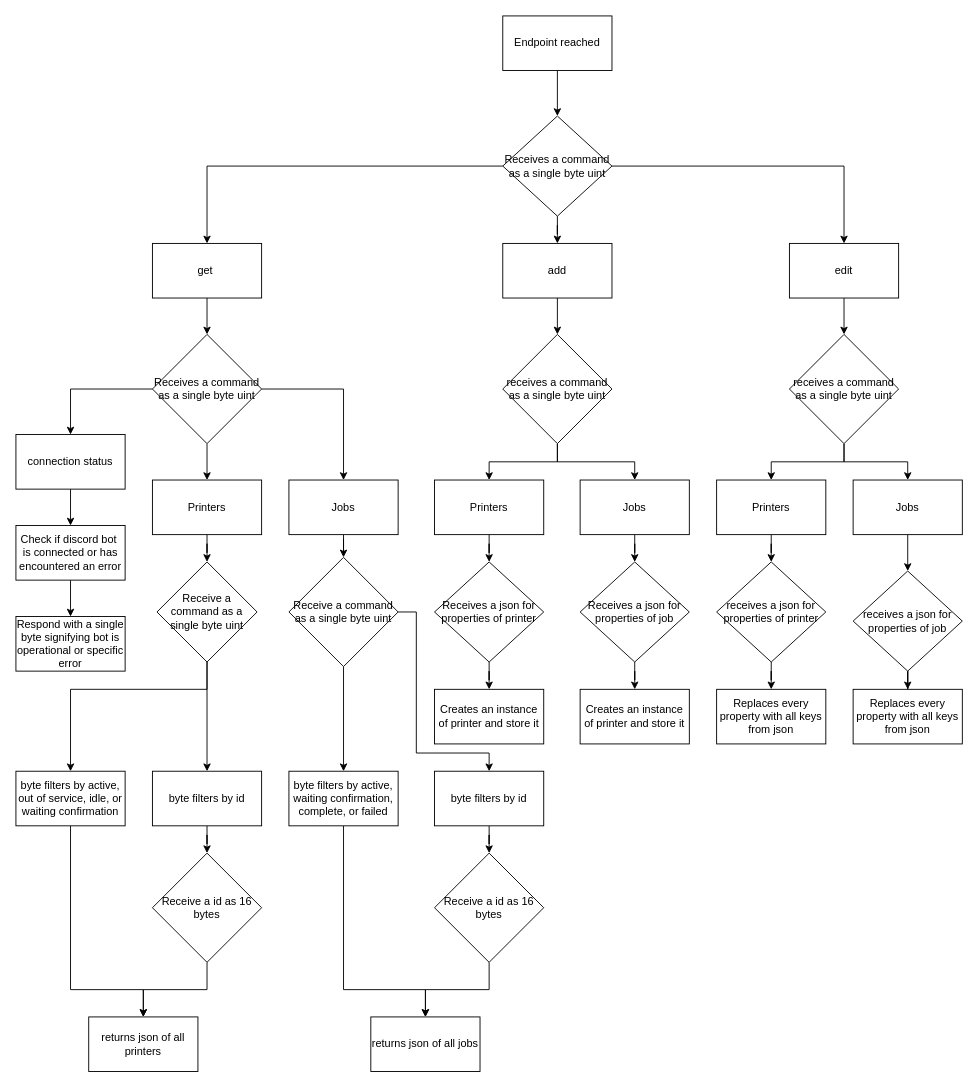
Above: API Protocol.drawio in Madmatt06/Printer-Reporter (draw.io), before the change. Source tidied: cells renumbered, new cells numbered last; positions are measured from the earlier drawing's top-left corner, leaving out a move shared by most shapes. Both pictures are drawn from the tidied source at 91%, with x=0, y=0 at pixel (15, 15).
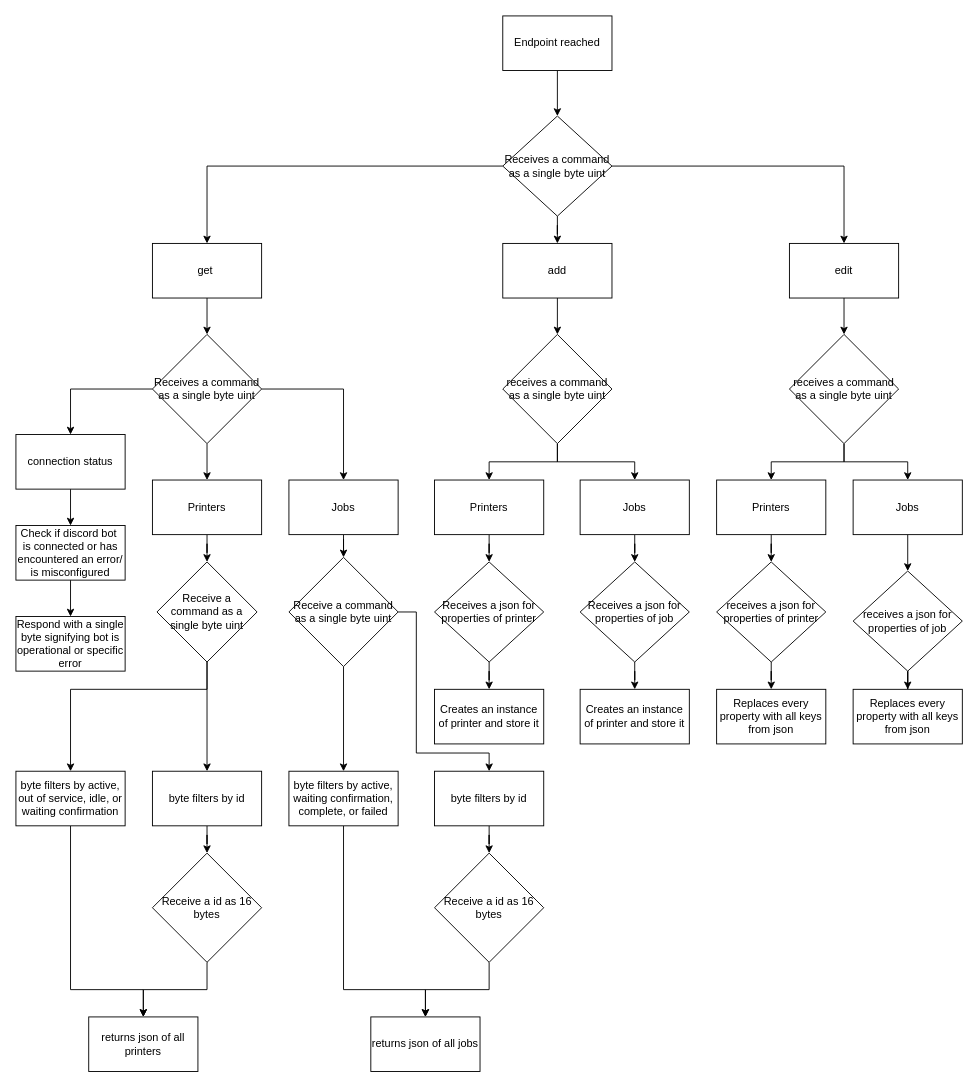
The same diagram, later.

Commit message (it also covers changes not shown here):
Fixed datatypes, added stubs for api, and added connection status check function

Diff of the diagram source:
```diff
@@
-    <mxCell id="11" value="Check if discord bot&amp;nbsp; is connected or has encountered an error" style="whiteSpace=wrap;html=1;rounded=0;" parent="1" vertex="1">
+    <mxCell id="11" value="Check if discord bot&amp;nbsp; is connected or has encountered an error/ is misconfigured" style="whiteSpace=wrap;html=1;rounded=0;" parent="1" vertex="1">
       <mxGeometry y="560" width="120" height="60" as="geometry" />
     </mxCell>
```
